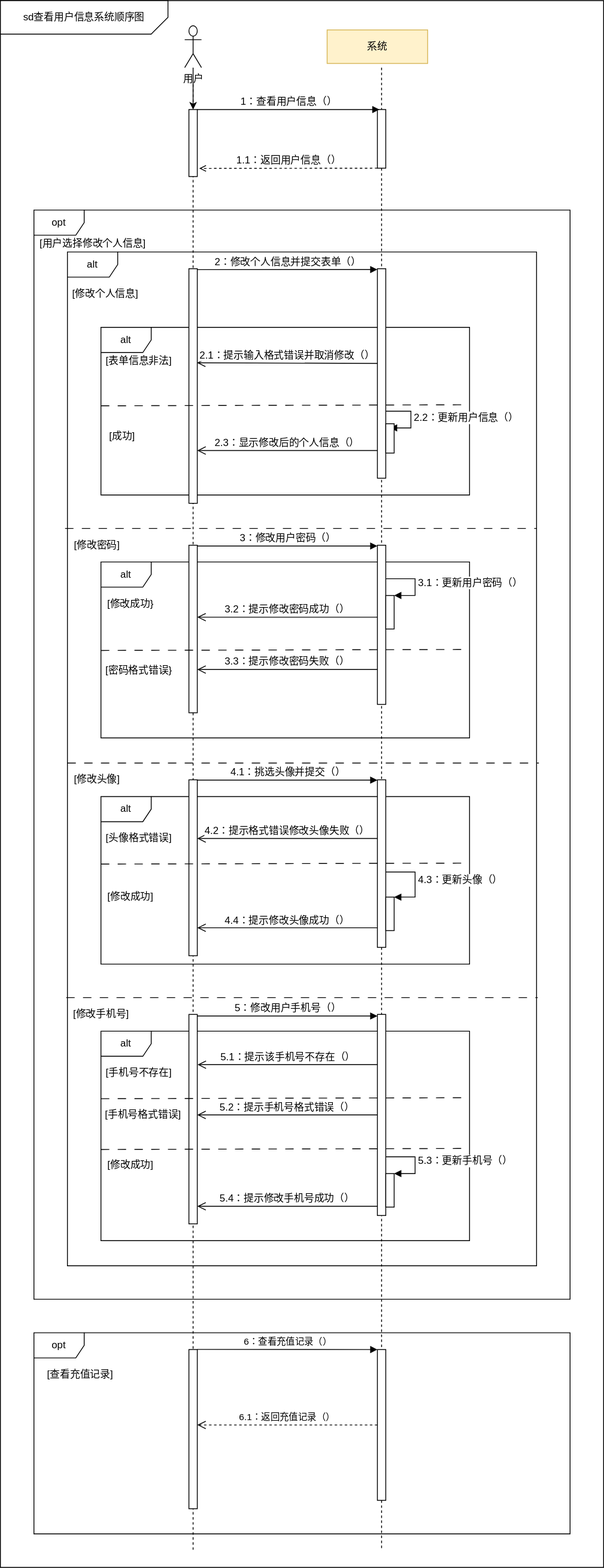
This is 查看用户信息系统顺序图.svg from hu19891213/image, a draw.io export, as it was before one commit. Source tidied: cells renumbered, new cells last; positions are measured from the earlier drawing's top-left corner, leaving out a move shared by most shapes.
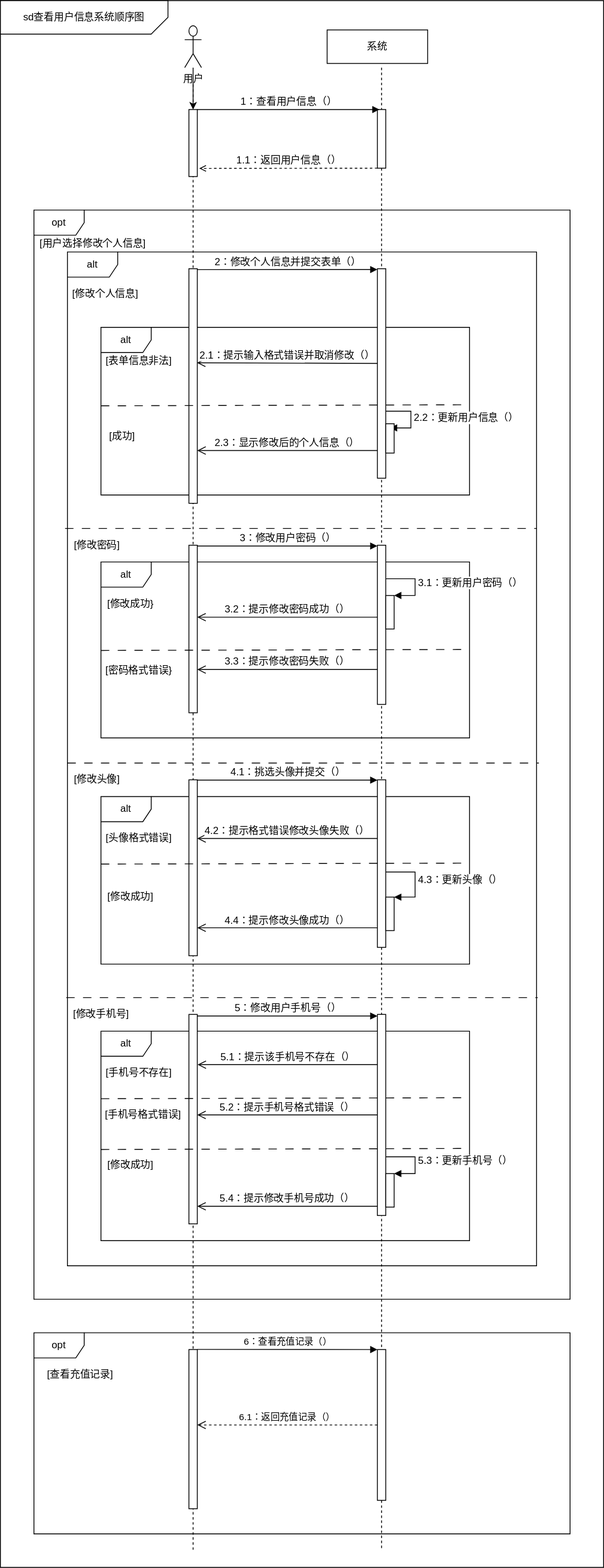
After the change.

Commit message:
更新查看用户信息系统顺序图.svg

What changed in the source:
```diff
@@ -14,7 +14,7 @@
     <mxCell id="5" value="用户" style="shape=umlActor;verticalLabelPosition=bottom;verticalAlign=top;html=1;labelBackgroundColor=none;fontSize=12;" parent="1" vertex="1">
       <mxGeometry x="220" y="30" width="20" height="50" as="geometry" />
     </mxCell>
-    <mxCell id="6" value="系统" style="fontStyle=0;labelBackgroundColor=none;fontSize=12;html=1;labelBorderColor=none;whiteSpace=wrap;fillColor=#fff2cc;strokeColor=#d6b656;" parent="1" vertex="1">
+    <mxCell id="6" value="系统" style="fontStyle=0;labelBackgroundColor=none;fontSize=12;html=1;labelBorderColor=none;whiteSpace=wrap;" parent="1" vertex="1">
       <mxGeometry x="390" y="35" width="120" height="40" as="geometry" />
     </mxCell>
     <mxCell id="7" style="line;strokeWidth=1;direction=south;html=1;dashed=1;labelBackgroundColor=none;fontSize=12;sketch=0;shadow=0;" parent="1" vertex="1">
```
